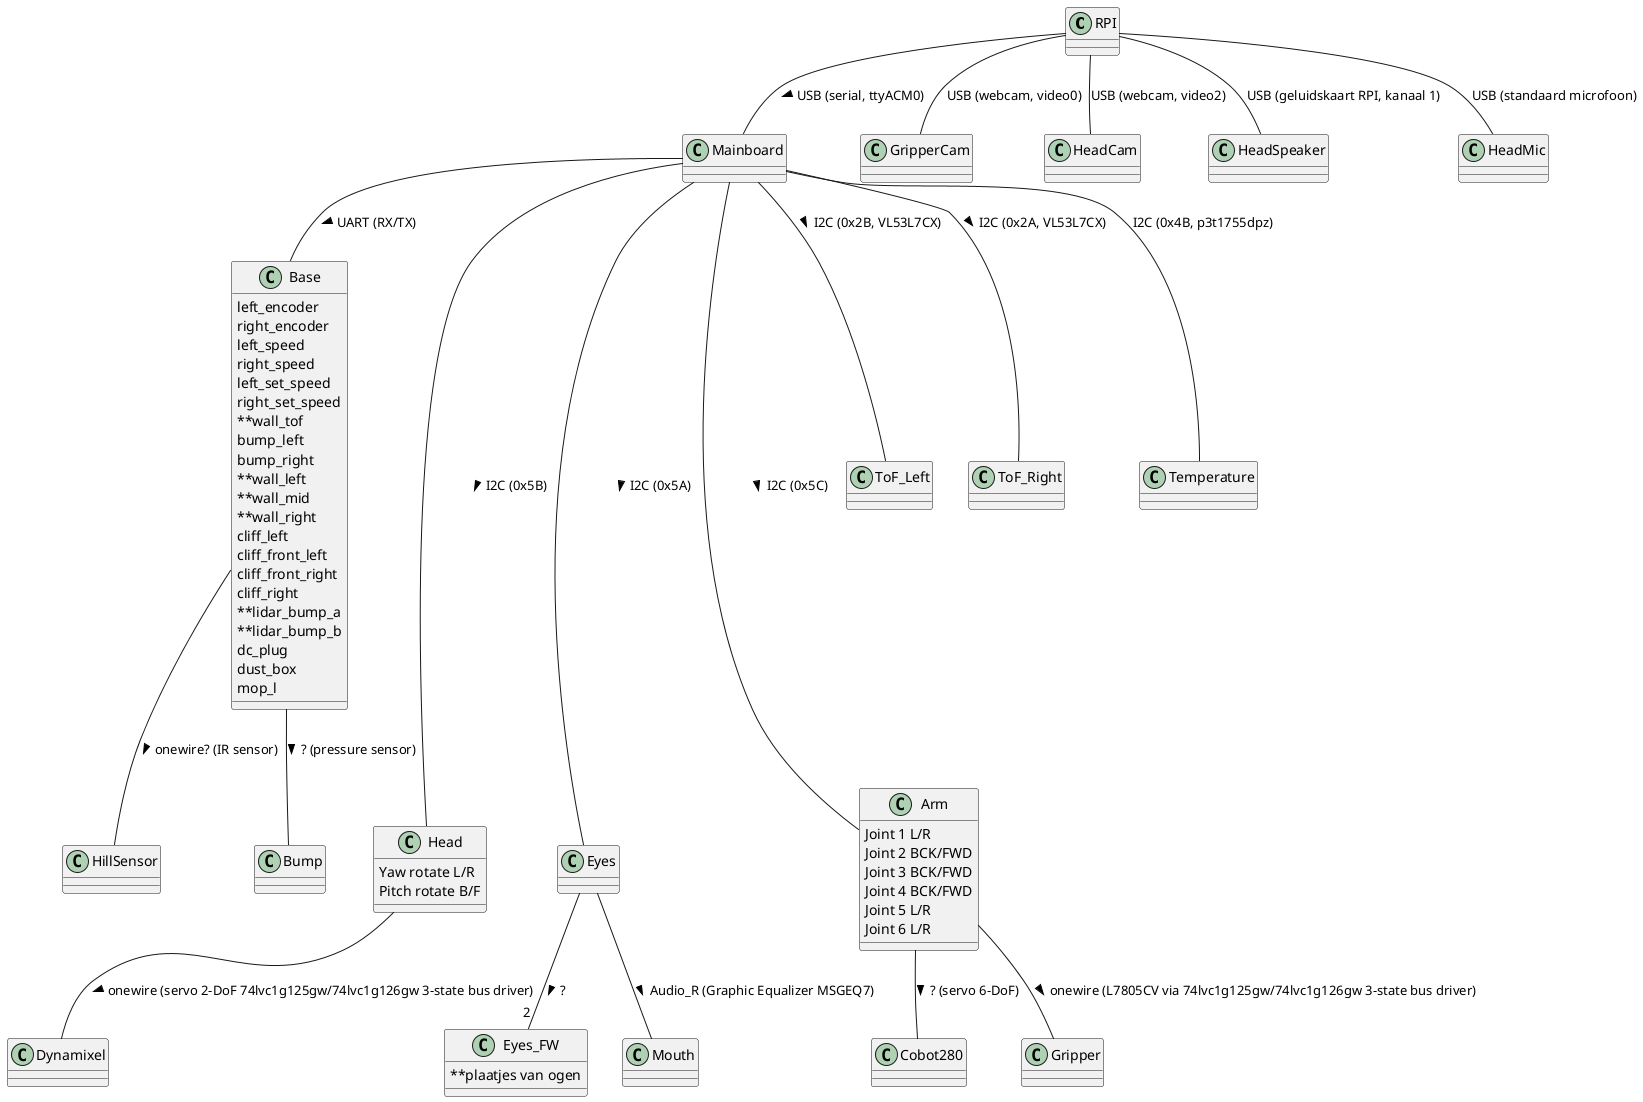
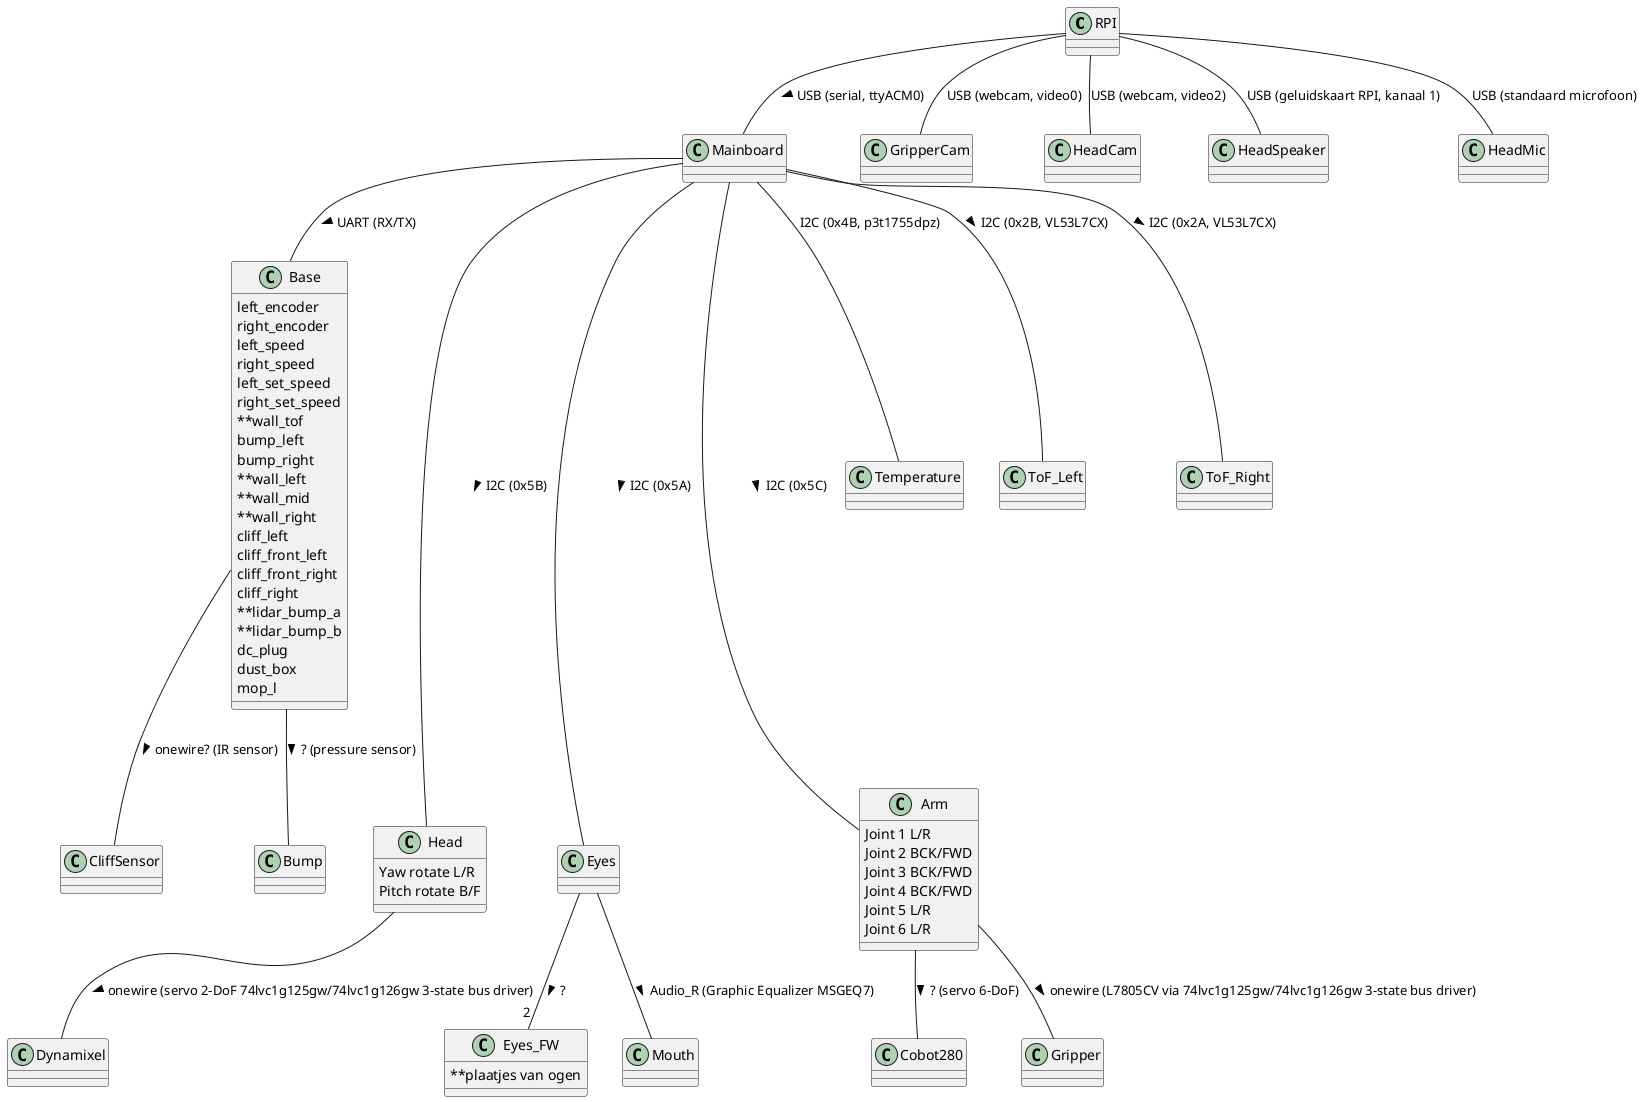
@startuml overview
+ 
class RPI
class Base {
    left_encoder
    right_encoder
    left_speed
    right_speed
    left_set_speed
    right_set_speed
    **wall_tof
    bump_left
    bump_right
    **wall_left
    **wall_mid
    **wall_right
    cliff_left
    cliff_front_left
    cliff_front_right
    cliff_right
    **lidar_bump_a
    **lidar_bump_b
    dc_plug
    dust_box
    mop_l
}
class Mainboard
class Head {
    Yaw rotate L/R
    Pitch rotate B/F
}
class Eyes
class Arm {
    Joint 1 L/R
    Joint 2 BCK/FWD
    Joint 3 BCK/FWD
    Joint 4 BCK/FWD
    Joint 5 L/R
    Joint 6 L/R
}
class Cobot280
class Eyes_FW {
    **plaatjes van ogen
}
- class GripperCam
- class HeadCam
- class ToF_Left
- class ToF_Right
- class Dynamixel
- class HeadSpeaker
- class HeadMic
- class HillSensor
- 
- class Gripper
- 

RPI -- Mainboard : USB (serial, ttyACM0) >
RPI -- GripperCam : USB (webcam, video0)
RPI -- HeadCam :  USB (webcam, video2)
RPI -- HeadSpeaker : USB (geluidskaart RPI, kanaal 1)
RPI -- HeadMic : USB (standaard microfoon)

Mainboard -- Base :  UART (RX/TX) >
Mainboard -- Temperature : I2C (0x4B, p3t1755dpz)
- Base -- HillSensor : onewire? (IR sensor) >
+ Base -- CliffSensor : onewire? (IR sensor) >
Base -- Bump : ? (pressure sensor) >

Mainboard -- ToF_Left : I2C (0x2B, VL53L7CX) >
Mainboard -- ToF_Right : I2C (0x2A, VL53L7CX) >
Mainboard --- Head: I2C (0x5B) >
Mainboard --- Eyes: I2C (0x5A) >
Mainboard --- Arm: I2C (0x5C) >
Arm -- Cobot280 : ? (servo 6-DoF) >
Arm -- Gripper :  onewire (L7805CV via 74lvc1g125gw/74lvc1g126gw 3-state bus driver) >
Head -- Dynamixel : onewire (servo 2-DoF 74lvc1g125gw/74lvc1g126gw 3-state bus driver) >
Eyes -- "2" Eyes_FW : ? >
Eyes -- Mouth : Audio_R (Graphic Equalizer MSGEQ7) >

@enduml
